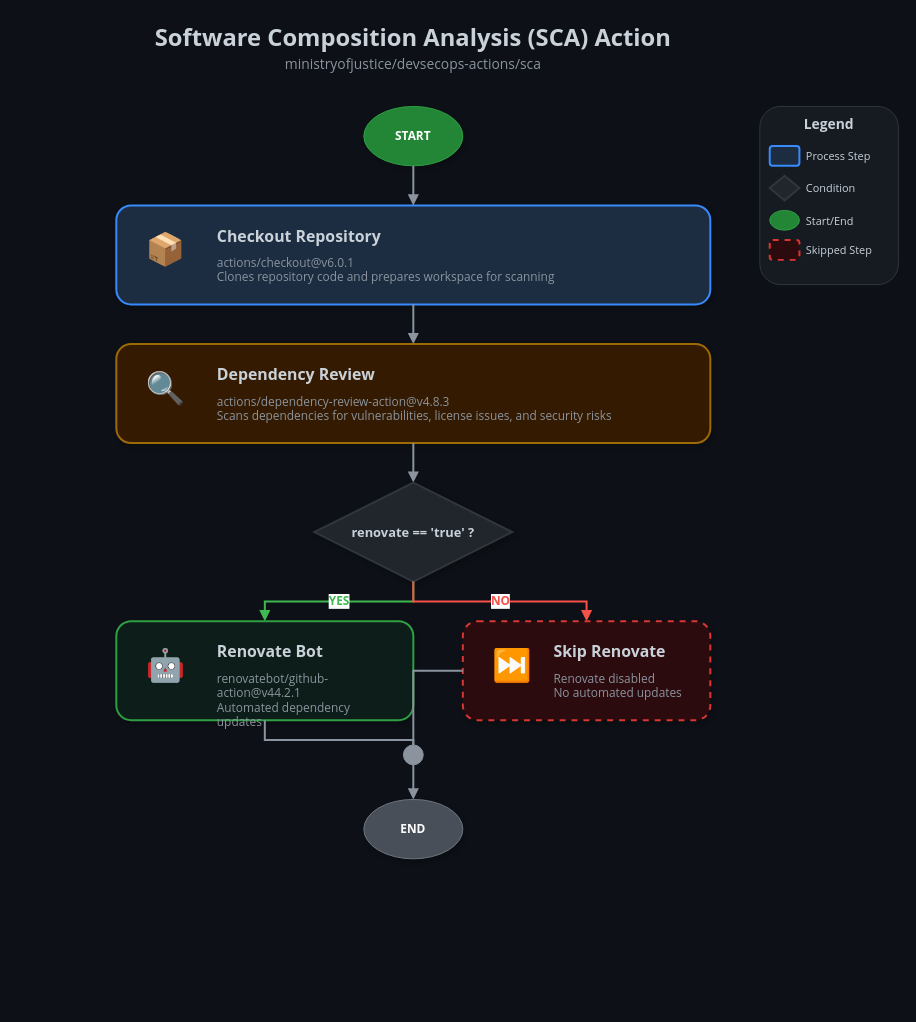
ministryofjustice/devsecops-actions keeps this draw.io diagram as docs/sca.drawio. Above is the earlier version. Source tidied: cells renumbered, new cells numbered last; positions are measured from the earlier drawing's top-left corner, leaving out a move shared by most shapes. Both pictures are drawn from the tidied source at 99%, with x=0, y=0 at pixel (17, 17).
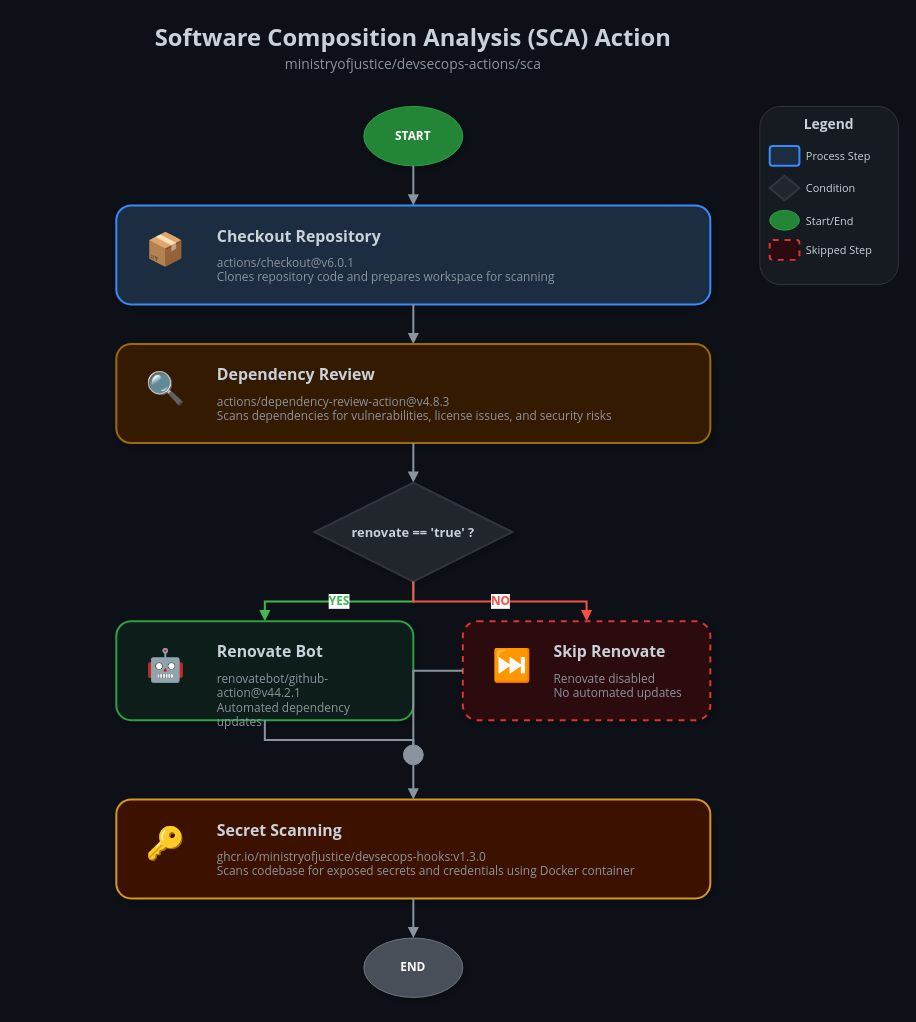
Above is the later version.

The change refers to these unchanged cells:
```xml
<mxCell id="29" style="ellipse;whiteSpace=wrap;html=1;fillColor=#8b949e;strokeColor=#8b949e;" parent="1" vertex="1">
  <mxGeometry x="390" y="735" width="20" height="20" as="geometry" />
</mxCell>
```

Change to the diagram source:
```diff
@@
+    <mxCell id="42" style="edgeStyle=orthogonalEdgeStyle;rounded=0;jettySize=auto;html=1;strokeColor=#8b949e;strokeWidth=2;endArrow=block;endFill=1;" parent="1" edge="1" source="29" target="43">
+      <mxGeometry relative="1" as="geometry" />
+    </mxCell>
+    <mxCell id="43" style="rounded=1;whiteSpace=wrap;html=1;fillColor=#3d1100;strokeColor=#d29922;strokeWidth=2;shadow=1;" parent="1" vertex="1">
+      <mxGeometry x="100" y="790" width="600" height="100" as="geometry" />
+    </mxCell>
+    <mxCell id="44" value="🔑" style="text;html=1;strokeColor=none;fillColor=none;align=center;verticalAlign=middle;whiteSpace=wrap;rounded=0;fontSize=32;" parent="1" vertex="1">
+      <mxGeometry x="120" y="805" width="60" height="60" as="geometry" />
+    </mxCell>
+    <mxCell id="45" value="Secret Scanning" style="text;html=1;strokeColor=none;fillColor=none;align=left;verticalAlign=top;whiteSpace=wrap;rounded=0;fontSize=16;fontStyle=1;fontColor=#c9d1d9;fontFamily=Segoe UI;" parent="1" vertex="1">
+      <mxGeometry x="200" y="805" width="480" height="25" as="geometry" />
+    </mxCell>
+    <mxCell id="46" value="ghcr.io/ministryofjustice/devsecops-hooks:v1.3.0&lt;br&gt;Scans codebase for exposed secrets and credentials using Docker container" style="text;html=1;strokeColor=none;fillColor=none;align=left;verticalAlign=top;whiteSpace=wrap;rounded=0;fontSize=12;fontColor=#8b949e;fontFamily=Segoe UI;" parent="1" vertex="1">
+      <mxGeometry x="200" y="835" width="480" height="45" as="geometry" />
+    </mxCell>
-    <mxCell id="30" style="edgeStyle=orthogonalEdgeStyle;rounded=0;jettySize=auto;html=1;strokeColor=#8b949e;strokeWidth=2;endArrow=block;endFill=1;" parent="1" edge="1" source="29" target="31">
+    <mxCell id="30" style="edgeStyle=orthogonalEdgeStyle;rounded=0;jettySize=auto;html=1;strokeColor=#8b949e;strokeWidth=2;endArrow=block;endFill=1;" parent="1" edge="1" source="43" target="31">
       <mxGeometry relative="1" as="geometry" />
     </mxCell>
     <mxCell id="31" value="END" style="ellipse;whiteSpace=wrap;html=1;fillColor=#484f58;strokeColor=#6e7681;fontColor=#ffffff;fontSize=12;fontStyle=1;fontFamily=Segoe UI;shadow=1;" parent="1" vertex="1">
-      <mxGeometry x="350" y="790" width="100" height="60" as="geometry" />
+      <mxGeometry x="350" y="930" width="100" height="60" as="geometry" />
     </mxCell>
```
